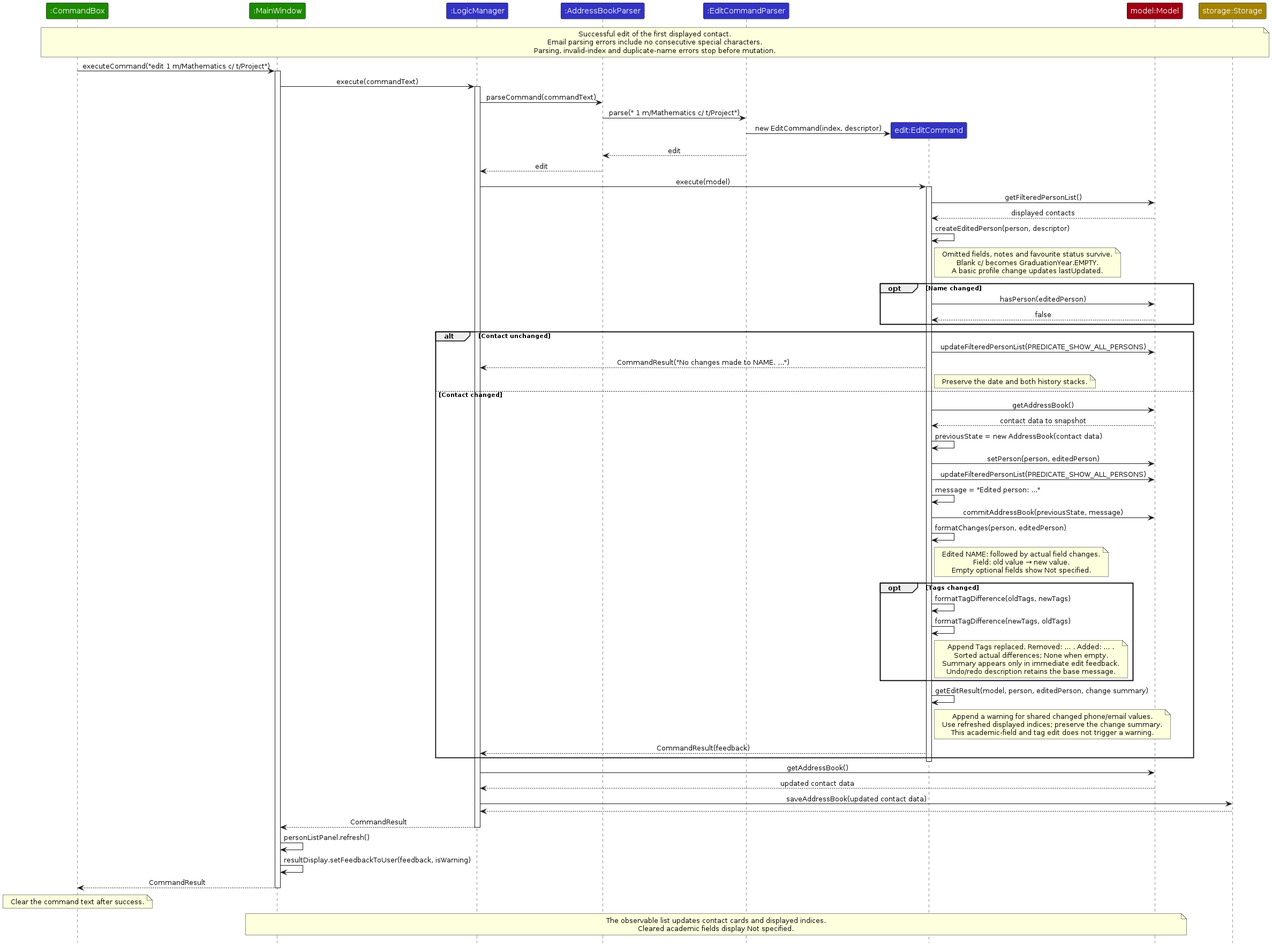
AY2627S1-CS2103T-F15-3/tp keeps this PlantUML diagram as diagrams/EditContactSequenceDiagram.png. Above is the earlier version. Its source is kept beside it as diagrams/EditContactSequenceDiagram.puml.
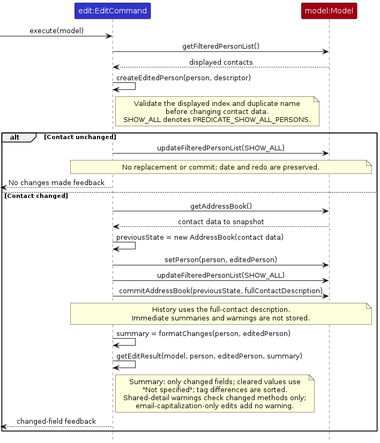
Above is the later version.

Change to the diagram source:
```diff
@@ -1,94 +1,43 @@
 @startuml
 !include style.puml
 skinparam ArrowFontStyle plain
-participant ":CommandBox" as Box UI_COLOR
-participant ":MainWindow" as Window UI_COLOR
-participant ":LogicManager" as Logic LOGIC_COLOR
-participant ":AddressBookParser" as Parser LOGIC_COLOR
-participant ":EditCommandParser" as EditParser LOGIC_COLOR
 participant "edit:EditCommand" as Edit LOGIC_COLOR
 participant "model:Model" as Model MODEL_COLOR
-participant "storage:Storage" as Storage STORAGE_COLOR
 
-note over Box, Storage
-  Successful edit of the first displayed contact.
-  Email parsing errors include no consecutive special characters.
-  Parsing, invalid-index and duplicate-name errors stop before mutation.
-end note
-Box -> Window : executeCommand("edit 1 m/Mathematics c/ t/Project")
-activate Window
-Window -> Logic : execute(commandText)
-activate Logic
-Logic -> Parser : parseCommand(commandText)
-Parser -> EditParser : parse(" 1 m/Mathematics c/ t/Project")
-create Edit
-EditParser -> Edit : new EditCommand(index, descriptor)
-EditParser --> Parser : edit
-Parser --> Logic : edit
-Logic -> Edit : execute(model)
-activate Edit
+[-> Edit : execute(model)
 Edit -> Model : getFilteredPersonList()
 Model --> Edit : displayed contacts
 Edit -> Edit : createEditedPerson(person, descriptor)
 note right of Edit
-  Omitted fields, notes and favourite status survive.
-  Blank c/ becomes GraduationYear.EMPTY.
-  A basic profile change updates lastUpdated.
+  Validate the displayed index and duplicate name
+  before changing contact data.
+  SHOW_ALL denotes PREDICATE_SHOW_ALL_PERSONS.
 end note
-opt Name changed
-  Edit -> Model : hasPerson(editedPerson)
-  Model --> Edit : false
+alt Contact unchanged
+  Edit -> Model : updateFilteredPersonList(SHOW_ALL)
+  note over Edit, Model
+    No replacement or commit; date and redo are preserved.
+  end note
+  Edit -->[ : No changes made feedback
+else Contact changed
+  Edit -> Model : getAddressBook()
+  Model --> Edit : contact data to snapshot
+  Edit -> Edit : previousState = new AddressBook(contact data)
+  Edit -> Model : setPerson(person, editedPerson)
+  Edit -> Model : updateFilteredPersonList(SHOW_ALL)
+  Edit -> Model : commitAddressBook(previousState, fullContactDescription)
+  note over Edit, Model
+    History uses the full-contact description.
+    Immediate summaries and warnings are not stored.
+  end note
+  Edit -> Edit : summary = formatChanges(person, editedPerson)
+  Edit -> Edit : getEditResult(model, person, editedPerson, summary)
+  note right of Edit
+    Summary: only changed fields; cleared values use
+    "Not specified"; tag differences are sorted.
+    Shared-detail warnings check changed methods only;
+    email-capitalization-only edits add no warning.
+  end note
+  Edit -->[ : changed-field feedback
 end
-alt Contact unchanged
-  Edit -> Model : updateFilteredPersonList(PREDICATE_SHOW_ALL_PERSONS)
-  Edit --> Logic : CommandResult("No changes made to NAME. ...")
-  note right of Edit : Preserve the date and both history stacks.
-else Contact changed
-Edit -> Model : getAddressBook()
-Model --> Edit : contact data to snapshot
-Edit -> Edit : previousState = new AddressBook(contact data)
-Edit -> Model : setPerson(person, editedPerson)
-Edit -> Model : updateFilteredPersonList(PREDICATE_SHOW_ALL_PERSONS)
-Edit -> Edit : message = "Edited person: ..."
-Edit -> Model : commitAddressBook(previousState, message)
-Edit -> Edit : formatChanges(person, editedPerson)
-note right of Edit
-  Edited NAME: followed by actual field changes.
-  Field: old value → new value.
-  Empty optional fields show Not specified.
-end note
-opt Tags changed
-  Edit -> Edit : formatTagDifference(oldTags, newTags)
-  Edit -> Edit : formatTagDifference(newTags, oldTags)
-  note right of Edit
-    Append Tags replaced. Removed: ... . Added: ... .
-    Sorted actual differences; None when empty.
-    Summary appears only in immediate edit feedback.
-    Undo/redo description retains the base message.
-  end note
-end
-Edit -> Edit : getEditResult(model, person, editedPerson, change summary)
-note right of Edit
-  Append a warning for shared changed phone/email values.
-  Use refreshed displayed indices; preserve the change summary.
-  This academic-field and tag edit does not trigger a warning.
-end note
-Edit --> Logic : CommandResult(feedback)
-end
-deactivate Edit
-Logic -> Model : getAddressBook()
-Model --> Logic : updated contact data
-Logic -> Storage : saveAddressBook(updated contact data)
-Storage --> Logic
-Logic --> Window : CommandResult
-deactivate Logic
-Window -> Window : personListPanel.refresh()
-Window -> Window : resultDisplay.setFeedbackToUser(feedback, isWarning)
-Window --> Box : CommandResult
-deactivate Window
-note over Box : Clear the command text after success.
-note over Window, Model
-  The observable list updates contact cards and displayed indices.
-  Cleared academic fields display Not specified.
-end note
 @enduml
```
